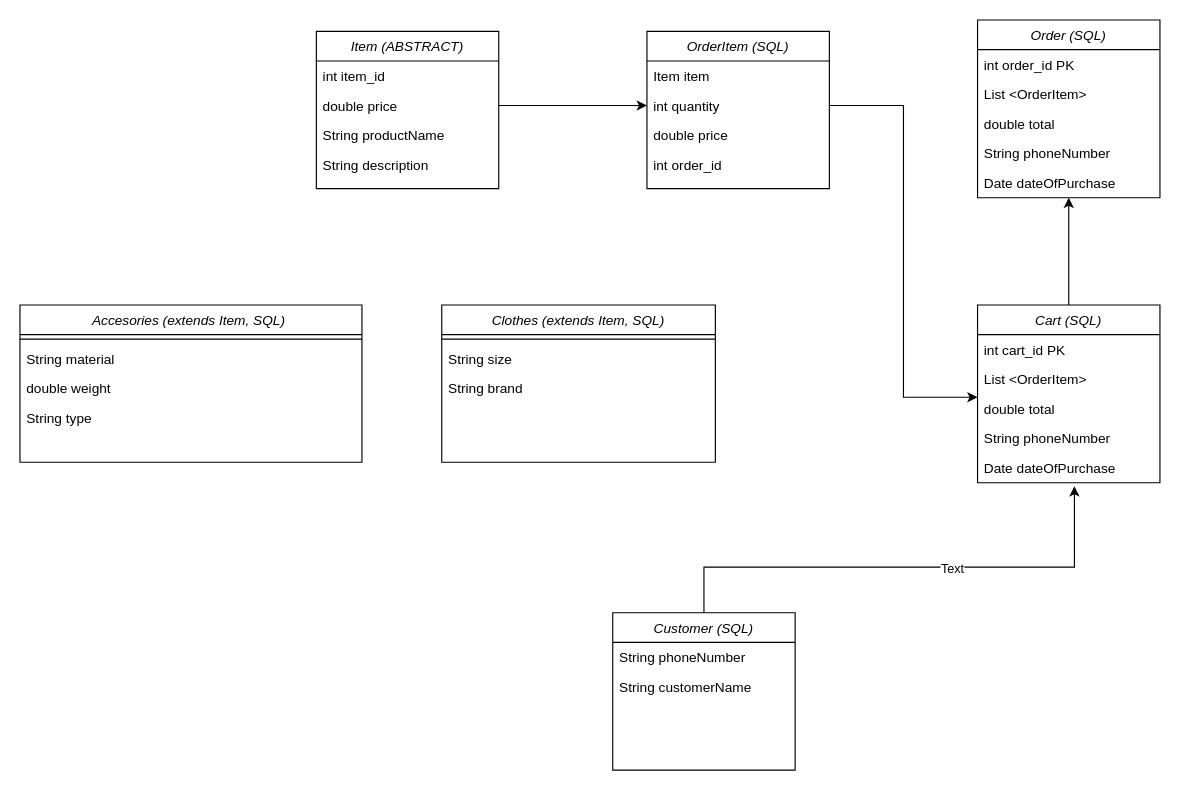
Before: Design/ProjectDesign.drawio in SimonTranDuy/CS3360-Project, a draw.io diagram. Source tidied: cells renumbered, new cells numbered last; positions are measured from the earlier drawing's top-left corner, leaving out a move shared by most shapes. Both pictures are drawn from the tidied source at 114%, with x=0, y=0 at pixel (19, 19).
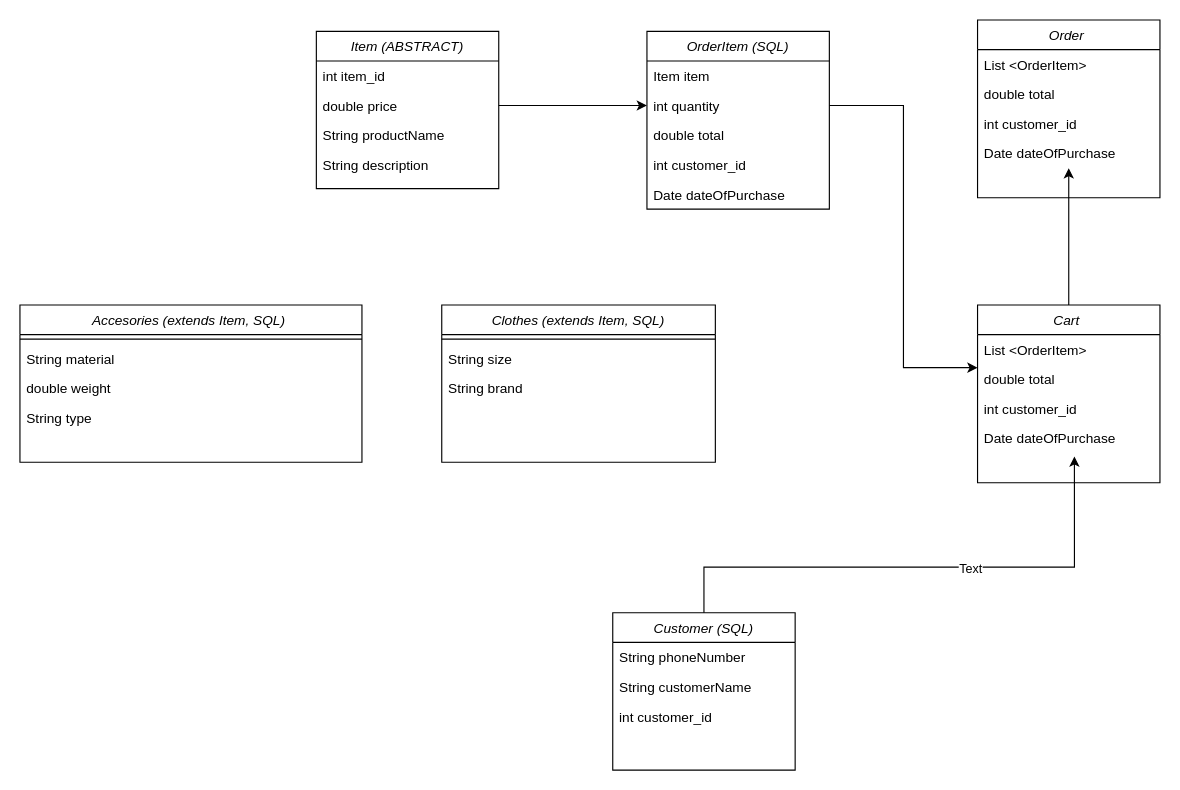
After the change.

The change refers to these unchanged cells:
```xml
<mxCell id="29" value="Customer (SQL)" style="swimlane;fontStyle=2;align=center;verticalAlign=top;horizontal=1;startSize=26;rounded=0;shadow=0;strokeWidth=1;" parent="1" vertex="1">
  <mxGeometry x="520" y="520" width="160" height="138" as="geometry" />
</mxCell>
```

Diff of the diagram source:
```diff
@@
-    <mxCell id="16" value="Order (SQL)" style="swimlane;fontStyle=2;align=center;verticalAlign=top;horizontal=1;startSize=26;rounded=0;shadow=0;strokeWidth=1;" parent="1" vertex="1">
+    <mxCell id="16" value="Order " style="swimlane;fontStyle=2;align=center;verticalAlign=top;horizontal=1;startSize=26;rounded=0;shadow=0;strokeWidth=1;" parent="1" vertex="1">
       <mxGeometry x="840" width="160" height="156" as="geometry" />
     </mxCell>
-    <mxCell id="17" value="int order_id PK" style="text;align=left;verticalAlign=top;spacingLeft=4;spacingRight=4;overflow=hidden;" parent="16" vertex="1">
-      <mxGeometry y="26" width="160" height="26" as="geometry" />
-    </mxCell>
     <mxCell id="18" value="List &lt;OrderItem&gt;" style="text;align=left;verticalAlign=top;spacingLeft=4;spacingRight=4;overflow=hidden;rounded=0;shadow=0;html=0;" parent="16" vertex="1">
-      <mxGeometry y="52" width="160" height="26" as="geometry" />
+      <mxGeometry y="26" width="160" height="26" as="geometry" />
     </mxCell>
     <mxCell id="19" value="double total" style="text;align=left;verticalAlign=top;spacingLeft=4;spacingRight=4;overflow=hidden;rounded=0;shadow=0;html=0;" parent="16" vertex="1">
-      <mxGeometry y="78" width="160" height="26" as="geometry" />
+      <mxGeometry y="52" width="160" height="26" as="geometry" />
     </mxCell>
-    <mxCell id="20" value="String phoneNumber" style="text;align=left;verticalAlign=top;spacingLeft=4;spacingRight=4;overflow=hidden;rounded=0;shadow=0;html=0;" parent="16" vertex="1">
-      <mxGeometry y="104" width="160" height="26" as="geometry" />
+    <mxCell id="20" value="int customer_id" style="text;align=left;verticalAlign=top;spacingLeft=4;spacingRight=4;overflow=hidden;rounded=0;shadow=0;html=0;" parent="16" vertex="1">
+      <mxGeometry y="78" width="160" height="26" as="geometry" />
     </mxCell>
     <mxCell id="21" value="Date dateOfPurchase" style="text;align=left;verticalAlign=top;spacingLeft=4;spacingRight=4;overflow=hidden;points=[[0,0.5],[1,0.5]];portConstraint=eastwest;rounded=0;shadow=0;html=0;" parent="16" vertex="1">
-      <mxGeometry y="130" width="160" height="26" as="geometry" />
+      <mxGeometry y="104" width="160" height="26" as="geometry" />
     </mxCell>
@@
-    <mxCell id="23" value="Cart (SQL)" style="swimlane;fontStyle=2;align=center;verticalAlign=top;horizontal=1;startSize=26;rounded=0;shadow=0;strokeWidth=1;" parent="1" vertex="1">
+    <mxCell id="23" value="Cart " style="swimlane;fontStyle=2;align=center;verticalAlign=top;horizontal=1;startSize=26;rounded=0;shadow=0;strokeWidth=1;" parent="1" vertex="1">
       <mxGeometry x="840" y="250" width="160" height="156" as="geometry" />
     </mxCell>
-    <mxCell id="24" value="int cart_id PK" style="text;align=left;verticalAlign=top;spacingLeft=4;spacingRight=4;overflow=hidden;rounded=0;shadow=0;html=0;" parent="23" vertex="1">
-      <mxGeometry y="26" width="160" height="26" as="geometry" />
-    </mxCell>
     <mxCell id="25" value="List &lt;OrderItem&gt;" style="text;align=left;verticalAlign=top;spacingLeft=4;spacingRight=4;overflow=hidden;" parent="23" vertex="1">
-      <mxGeometry y="52" width="160" height="26" as="geometry" />
+      <mxGeometry y="26" width="160" height="26" as="geometry" />
     </mxCell>
     <mxCell id="26" value="double total" style="text;align=left;verticalAlign=top;spacingLeft=4;spacingRight=4;overflow=hidden;points=[[0,0.5],[1,0.5]];portConstraint=eastwest;rounded=0;shadow=0;html=0;" parent="23" vertex="1">
-      <mxGeometry y="78" width="160" height="26" as="geometry" />
+      <mxGeometry y="52" width="160" height="26" as="geometry" />
     </mxCell>
-    <mxCell id="27" value="String phoneNumber" style="text;align=left;verticalAlign=top;spacingLeft=4;spacingRight=4;overflow=hidden;rounded=0;shadow=0;html=0;" parent="23" vertex="1">
-      <mxGeometry y="104" width="160" height="26" as="geometry" />
+    <mxCell id="27" value="int customer_id" style="text;align=left;verticalAlign=top;spacingLeft=4;spacingRight=4;overflow=hidden;rounded=0;shadow=0;html=0;" parent="23" vertex="1">
+      <mxGeometry y="78" width="160" height="26" as="geometry" />
     </mxCell>
     <mxCell id="28" value="Date dateOfPurchase" style="text;align=left;verticalAlign=top;spacingLeft=4;spacingRight=4;overflow=hidden;points=[[0,0.5],[1,0.5]];portConstraint=eastwest;rounded=0;shadow=0;html=0;" parent="23" vertex="1">
-      <mxGeometry y="130" width="160" height="26" as="geometry" />
+      <mxGeometry y="104" width="160" height="26" as="geometry" />
     </mxCell>
@@
+    <mxCell id="41" value="int customer_id" style="text;align=left;verticalAlign=top;spacingLeft=4;spacingRight=4;overflow=hidden;rounded=0;shadow=0;html=0;" parent="29" vertex="1">
+      <mxGeometry y="78" width="160" height="26" as="geometry" />
+    </mxCell>
     <mxCell id="32" value="OrderItem (SQL)&#10;" style="swimlane;fontStyle=2;align=center;verticalAlign=top;horizontal=1;startSize=26;rounded=0;shadow=0;strokeWidth=1;" parent="1" vertex="1">
-      <mxGeometry x="550" y="10" width="160" height="138" as="geometry" />
+      <mxGeometry x="550" y="10" width="160" height="156" as="geometry" />
     </mxCell>
@@
-    <mxCell id="35" value="double price" style="text;align=left;verticalAlign=top;spacingLeft=4;spacingRight=4;overflow=hidden;rounded=0;shadow=0;html=0;" parent="32" vertex="1">
+    <mxCell id="35" value="double total" style="text;align=left;verticalAlign=top;spacingLeft=4;spacingRight=4;overflow=hidden;rounded=0;shadow=0;html=0;" parent="32" vertex="1">
       <mxGeometry y="78" width="160" height="26" as="geometry" />
     </mxCell>
-    <mxCell id="36" value="int order_id" style="text;align=left;verticalAlign=top;spacingLeft=4;spacingRight=4;overflow=hidden;rounded=0;shadow=0;html=0;" parent="32" vertex="1">
-      <mxGeometry y="104" width="160" height="26" as="geometry" />
-    </mxCell>
+    <mxCell id="42" value="int customer_id" style="text;align=left;verticalAlign=top;spacingLeft=4;spacingRight=4;overflow=hidden;rounded=0;shadow=0;html=0;" parent="32" vertex="1">
+      <mxGeometry y="104" width="160" height="26" as="geometry" />
+    </mxCell>
+    <mxCell id="43" value="Date dateOfPurchase" style="text;align=left;verticalAlign=top;spacingLeft=4;spacingRight=4;overflow=hidden;rounded=0;shadow=0;html=0;" parent="32" vertex="1">
+      <mxGeometry y="130" width="160" height="26" as="geometry" />
+    </mxCell>
```
